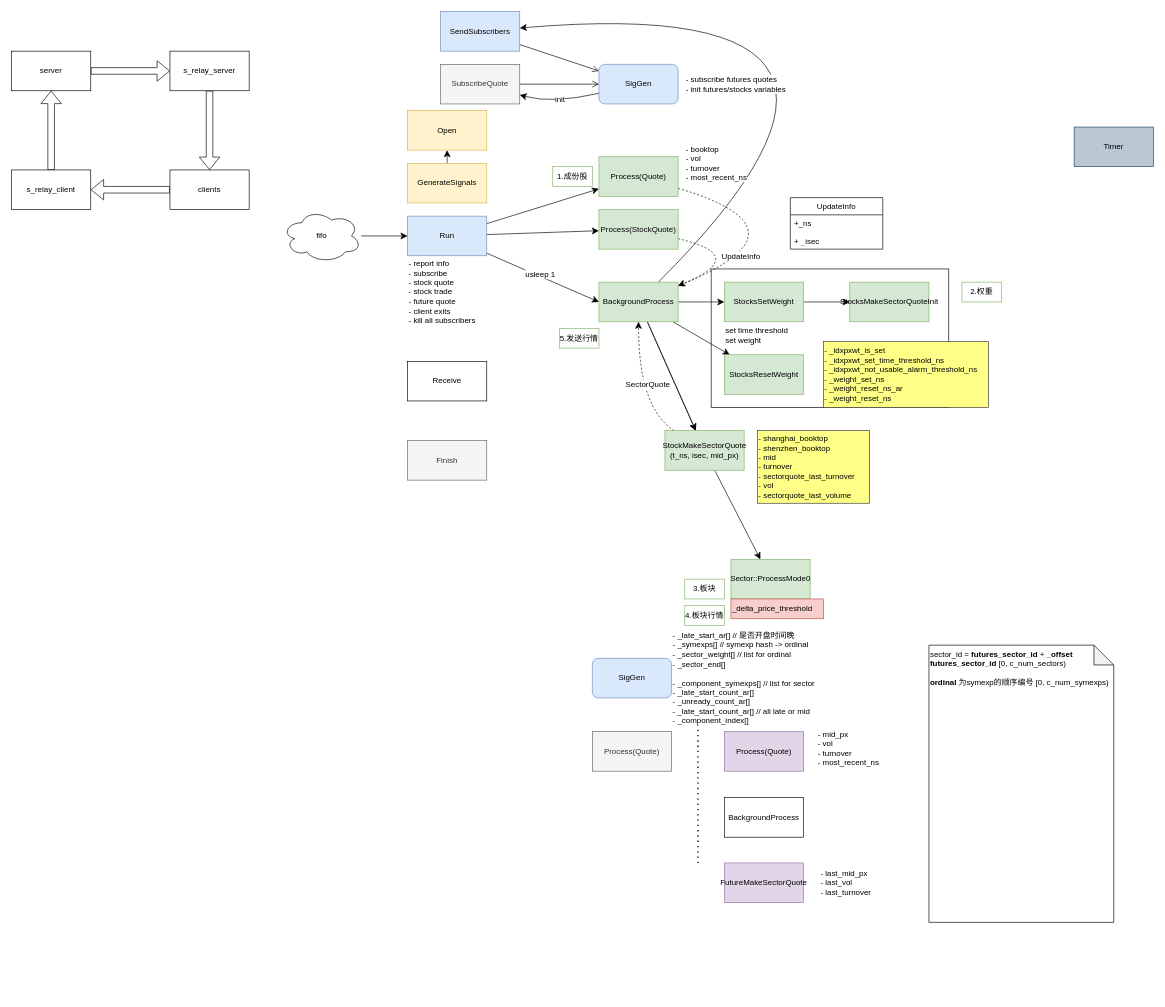
The draw.io diagram page "siggen" (2 of 3) of tongdengfund/trader.drawio in mistyeye11/drawio, before the edit. Source tidied: cells renumbered, new cells numbered last; positions are measured from the earlier drawing's top-left corner, leaving out a move shared by most shapes. Both pictures are drawn from the tidied source at 66%, with x=0, y=0 at pixel (11, -9).
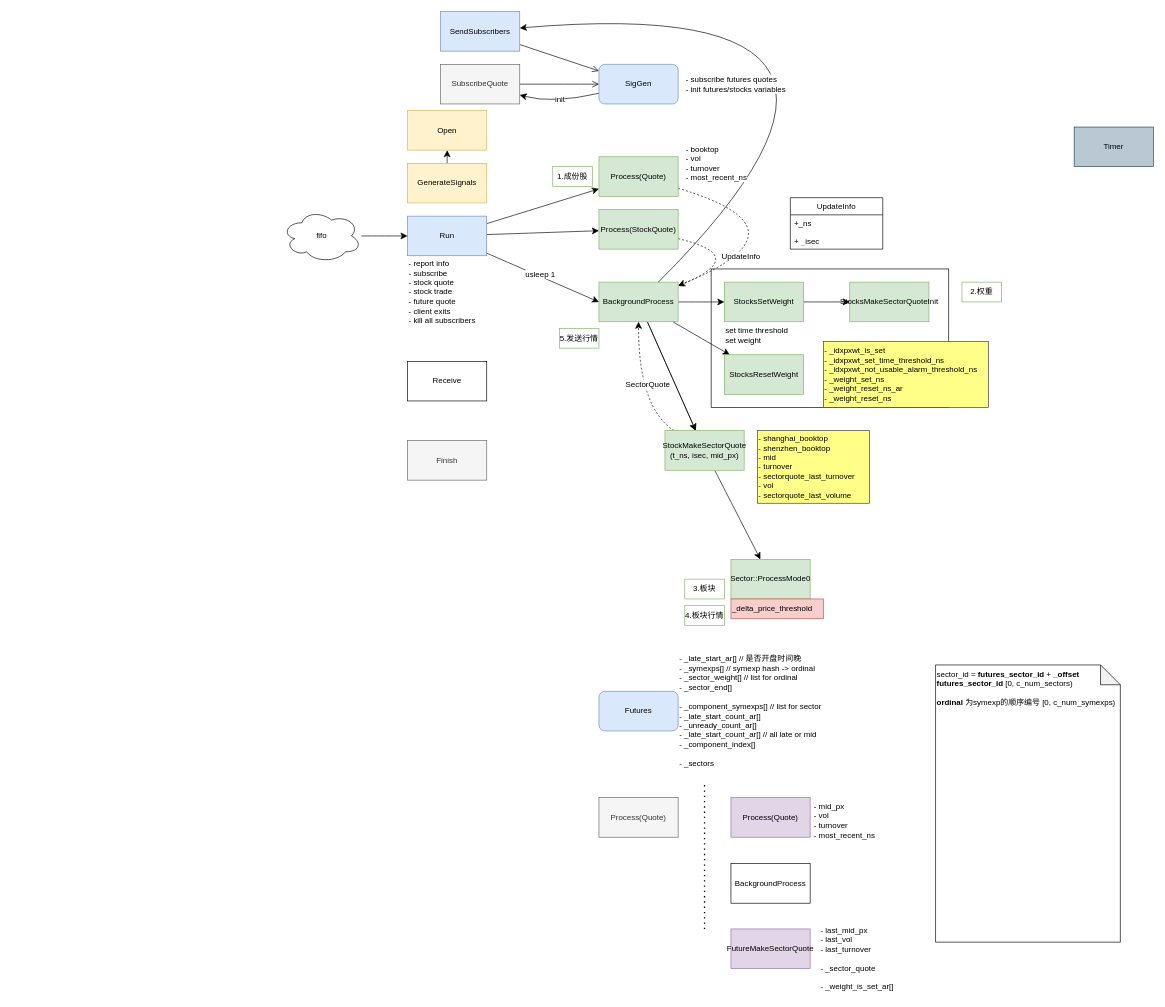
After the change.

Change to the diagram source:
```diff
@@
     <mxCell id="8" value="&lt;div&gt;Process(Quote)&lt;/div&gt;" style="rounded=0;whiteSpace=wrap;html=1;strokeColor=#666666;align=center;verticalAlign=middle;fontFamily=Helvetica;fontSize=12;fontColor=#333333;labelBackgroundColor=none;fillColor=#f5f5f5;" parent="1" vertex="1">
-      <mxGeometry x="880" y="1121" width="120" height="60" as="geometry" />
+      <mxGeometry x="890" y="1221" width="120" height="60" as="geometry" />
     </mxCell>
@@
-    <mxCell id="46" style="edgeStyle=none;curved=1;rounded=0;jettySize=auto;html=1;fontSize=12;shape=flexArrow;" parent="1" edge="1" source="47" target="49">
-      <mxGeometry relative="1" as="geometry" />
-    </mxCell>
-    <mxCell id="47" value="s_relay_server" style="rounded=0;whiteSpace=wrap;html=1;" parent="1" vertex="1">
-      <mxGeometry x="240" y="90" width="120" height="60" as="geometry" />
-    </mxCell>
-    <mxCell id="48" style="edgeStyle=none;curved=1;rounded=0;jettySize=auto;html=1;fontSize=12;shape=flexArrow;" parent="1" edge="1" source="49" target="51">
-      <mxGeometry relative="1" as="geometry" />
-    </mxCell>
-    <mxCell id="49" value="clients" style="rounded=0;whiteSpace=wrap;html=1;" parent="1" vertex="1">
-      <mxGeometry x="240" y="270" width="120" height="60" as="geometry" />
-    </mxCell>
-    <mxCell id="50" style="edgeStyle=none;curved=1;rounded=0;jettySize=auto;html=1;fontSize=12;shape=flexArrow;" parent="1" edge="1" source="51" target="53">
-      <mxGeometry relative="1" as="geometry" />
-    </mxCell>
-    <mxCell id="51" value="s_relay_client" style="rounded=0;whiteSpace=wrap;html=1;" parent="1" vertex="1">
-      <mxGeometry y="270" width="120" height="60" as="geometry" />
-    </mxCell>
-    <mxCell id="52" style="edgeStyle=none;curved=1;rounded=0;jettySize=auto;html=1;fontSize=12;shape=flexArrow;" parent="1" edge="1" source="53" target="47">
-      <mxGeometry relative="1" as="geometry" />
-    </mxCell>
-    <mxCell id="53" value="server" style="rounded=0;whiteSpace=wrap;html=1;" parent="1" vertex="1">
-      <mxGeometry y="90" width="120" height="60" as="geometry" />
-    </mxCell>
@@
     <mxCell id="67" style="endArrow=none;dashed=1;html=1;dashPattern=1 3;strokeWidth=2;rounded=0;fontSize=12;startSize=8;endSize=8;curved=1;" parent="1" edge="1">
       <mxGeometry relative="1" as="geometry">
-        <mxPoint x="1040" y="1320" as="sourcePoint" />
-        <mxPoint x="1040" y="1100" as="targetPoint" />
+        <mxPoint x="1050" y="1420" as="sourcePoint" />
+        <mxPoint x="1050" y="1200" as="targetPoint" />
       </mxGeometry>
     </mxCell>
     <mxCell id="68" value="&lt;div&gt;Process(Quote)&lt;/div&gt;" style="rounded=0;whiteSpace=wrap;html=1;strokeColor=#9673a6;align=center;verticalAlign=middle;fontFamily=Helvetica;fontSize=12;labelBackgroundColor=none;fillColor=#e1d5e7;" parent="1" vertex="1">
-      <mxGeometry x="1080" y="1121" width="120" height="60" as="geometry" />
+      <mxGeometry x="1090" y="1221" width="120" height="60" as="geometry" />
     </mxCell>
     <mxCell id="69" value="FutureMakeSectorQuote" style="rounded=0;whiteSpace=wrap;html=1;strokeColor=#9673a6;align=center;verticalAlign=middle;fontFamily=Helvetica;fontSize=12;labelBackgroundColor=none;fillColor=#e1d5e7;" parent="1" vertex="1">
-      <mxGeometry x="1080" y="1320" width="120" height="60" as="geometry" />
+      <mxGeometry x="1090" y="1420" width="120" height="60" as="geometry" />
     </mxCell>
     <mxCell id="70" value="BackgroundProcess" style="whiteSpace=wrap;html=1;" parent="1" vertex="1">
-      <mxGeometry x="1080" y="1221" width="120" height="60" as="geometry" />
+      <mxGeometry x="1090" y="1321" width="120" height="60" as="geometry" />
     </mxCell>
     <mxCell id="71" value="&lt;div&gt;- mid_px&lt;br&gt;&lt;/div&gt;&lt;div&gt;- vol&lt;br&gt;&lt;/div&gt;&lt;div&gt;- turnover&lt;/div&gt;&lt;div&gt;- most_recent_ns&lt;br&gt;&lt;/div&gt;" style="text;html=1;align=left;verticalAlign=middle;strokeColor=none;fillColor=none;fontSize=12;fontFamily=Helvetica;fontColor=default;labelBackgroundColor=default;" parent="1" vertex="1">
-      <mxGeometry x="1220" y="1111" width="120" height="70" as="geometry" />
+      <mxGeometry x="1214" y="1221" width="120" height="70" as="geometry" />
     </mxCell>
-    <mxCell id="72" value="&lt;div&gt;- last_mid_px&lt;br&gt;&lt;/div&gt;&lt;div&gt;- last_vol&lt;br&gt;&lt;/div&gt;&lt;div&gt;- last_turnover&lt;/div&gt;" style="text;html=1;align=left;verticalAlign=middle;strokeColor=none;fillColor=none;fontSize=12;fontFamily=Helvetica;fontColor=default;labelBackgroundColor=default;" parent="1" vertex="1">
-      <mxGeometry x="1224" y="1320" width="100" height="60" as="geometry" />
+    <mxCell id="72" value="&lt;div&gt;- last_mid_px&lt;br&gt;&lt;/div&gt;&lt;div&gt;- last_vol&lt;br&gt;&lt;/div&gt;&lt;div&gt;- last_turnover&lt;/div&gt;&lt;div&gt;&lt;br&gt;&lt;/div&gt;&lt;div&gt;- _sector_quote&lt;/div&gt;&lt;div&gt;&lt;br&gt;&lt;/div&gt;&lt;div&gt;- _weight_is_set_ar[]&lt;/div&gt;" style="text;html=1;align=left;verticalAlign=middle;strokeColor=none;fillColor=none;fontSize=12;fontFamily=Helvetica;fontColor=default;labelBackgroundColor=default;" parent="1" vertex="1">
+      <mxGeometry x="1224" y="1410" width="130" height="110" as="geometry" />
     </mxCell>
@@
     <mxCell id="74" style="group;" parent="1" vertex="1">
-      <mxGeometry x="880" y="1010" width="360" height="110" as="geometry" />
+      <mxGeometry x="890" y="1060" width="360" height="125" as="geometry" />
     </mxCell>
-    <mxCell id="75" value="&lt;div&gt;SigGen&lt;/div&gt;" style="rounded=1;whiteSpace=wrap;html=1;strokeColor=#6c8ebf;align=center;verticalAlign=middle;fontFamily=Helvetica;fontSize=12;labelBackgroundColor=none;fillColor=#dae8fc;" parent="74" vertex="1">
+    <mxCell id="75" value="Futures" style="rounded=1;whiteSpace=wrap;html=1;strokeColor=#6c8ebf;align=center;verticalAlign=middle;fontFamily=Helvetica;fontSize=12;labelBackgroundColor=none;fillColor=#dae8fc;" parent="74" vertex="1">
       <mxGeometry width="120" height="60" as="geometry" />
     </mxCell>
-    <mxCell id="76" value="&lt;div&gt;- _late_start_ar[] // 是否开盘时间晚&lt;br&gt;&lt;/div&gt;&lt;div&gt;- _symexps[] // symexp hash -&amp;gt; ordinal&lt;/div&gt;&lt;div&gt;- _sector_weight[] // list for ordinal&lt;br&gt;&lt;/div&gt;&lt;div&gt;- _sector_end[]&lt;/div&gt;&lt;div&gt;&lt;br&gt;&lt;/div&gt;&lt;div&gt;- _component_symexps[] // list for sector&lt;/div&gt;&lt;div&gt;- _late_start_count_ar[]&lt;/div&gt;&lt;div&gt;- _unready_count_ar[]&lt;/div&gt;&lt;div&gt;- _late_start_count_ar[] // all late or mid&lt;/div&gt;&lt;div&gt;- _component_index[]&lt;br&gt;&lt;/div&gt;" style="text;html=1;align=left;verticalAlign=middle;strokeColor=none;fillColor=none;fontSize=12;fontFamily=Helvetica;fontColor=default;labelBackgroundColor=default;" parent="74" vertex="1">
-      <mxGeometry x="120" y="-50" width="240" height="160" as="geometry" />
+    <mxCell id="76" value="&lt;div&gt;- _late_start_ar[] // 是否开盘时间晚&lt;br&gt;&lt;/div&gt;&lt;div&gt;- _symexps[] // symexp hash -&amp;gt; ordinal&lt;/div&gt;&lt;div&gt;- _sector_weight[] // list for ordinal&lt;br&gt;&lt;/div&gt;&lt;div&gt;- _sector_end[]&lt;/div&gt;&lt;div&gt;&lt;br&gt;&lt;/div&gt;&lt;div&gt;- _component_symexps[] // list for sector&lt;/div&gt;&lt;div&gt;- _late_start_count_ar[]&lt;/div&gt;&lt;div&gt;- _unready_count_ar[]&lt;/div&gt;&lt;div&gt;- _late_start_count_ar[] // all late or mid&lt;/div&gt;&lt;div&gt;- _component_index[]&lt;br&gt;&lt;/div&gt;&lt;div&gt;&lt;br&gt;&lt;/div&gt;&lt;div&gt;- _sectors&lt;br&gt;&lt;/div&gt;" style="text;html=1;align=left;verticalAlign=middle;strokeColor=none;fillColor=none;fontSize=12;fontFamily=Helvetica;fontColor=default;labelBackgroundColor=default;" parent="74" vertex="1">
+      <mxGeometry x="120" y="-65" width="240" height="190" as="geometry" />
     </mxCell>
     <mxCell id="77" value="&lt;div&gt;sector_id = &lt;b&gt;futures_sector_id&lt;/b&gt; + &lt;b&gt;_offset&lt;/b&gt;&lt;/div&gt;&lt;div&gt;&lt;b&gt;futures_sector_id&lt;/b&gt; [0, c_num_sectors)&lt;br&gt;&lt;/div&gt;&lt;div&gt;&lt;br&gt;&lt;/div&gt;&lt;div&gt;&lt;b&gt;ordinal&lt;/b&gt; 为symexp的顺序编号 [0, c_num_symexps)&lt;/div&gt;&lt;div&gt;&lt;br&gt;&lt;/div&gt;&lt;div&gt;&lt;br&gt;&lt;/div&gt;" style="shape=note;whiteSpace=wrap;html=1;backgroundOutline=1;darkOpacity=0.05;align=left;verticalAlign=top;" parent="1" vertex="1">
-      <mxGeometry x="1390" y="990" width="280" height="420" as="geometry" />
+      <mxGeometry x="1400" y="1020" width="280" height="420" as="geometry" />
     </mxCell>
```
